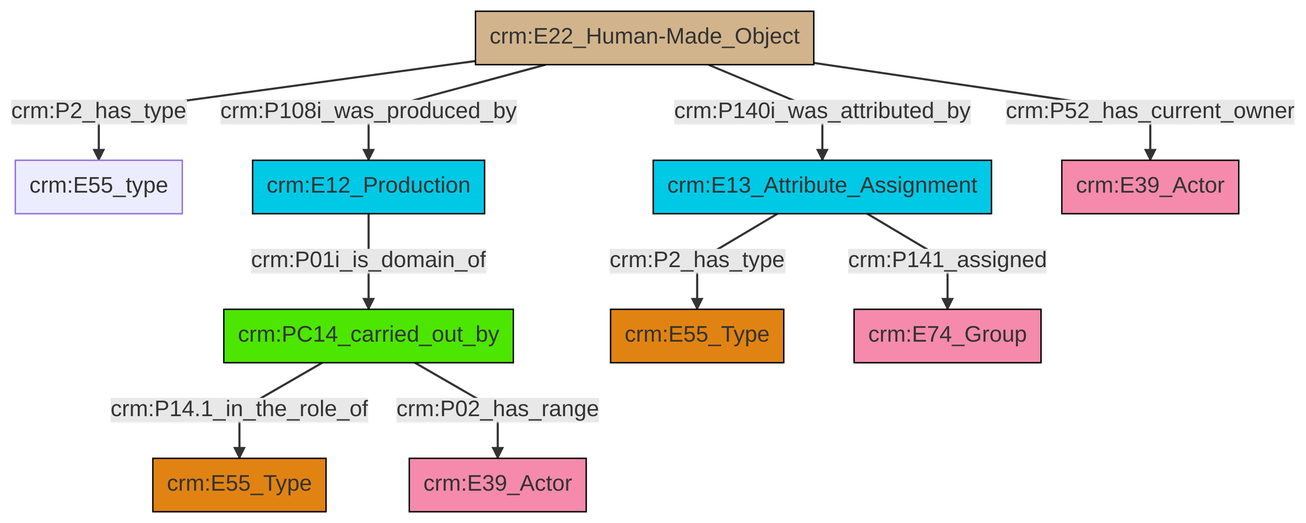
Before: et/builtWorkCSV/ttl/mmd/png/Built_Work_actor_relations.png, a diagram exported from Mermaid (swiss-art-research-net/docs.swissartresearch). Its source is kept beside it as et/builtWorkCSV/ttl/mmd/Built_Work_actor_relations.ttl.mmd. Its diagram source:
```mermaid
graph TD
classDef Literal fill:#f2f2f2,stroke:#000000;
classDef CRM_Entity fill:#FFFFFF,stroke:#000000;
classDef Temporal_Entity fill:#00C9E6, stroke:#000000;
classDef Type fill:#E18312, stroke:#000000;
classDef Time-Span fill:#2C9C91, stroke:#000000;
classDef Appellation fill:#FFEB7F, stroke:#000000;
classDef Place fill:#008836, stroke:#000000;
classDef Persistent_Item fill:#B266B2, stroke:#000000;
classDef Conceptual_Object fill:#FFD700, stroke:#000000;
classDef Physical_Thing fill:#D2B48C, stroke:#000000;
classDef Actor fill:#f58aad, stroke:#000000;
classDef PC_Classes fill:#4ce600, stroke:#000000;
classDef Multi fill:#cccccc,stroke:#000000;

6["crm:E22_Human-Made_Object"]:::Physical_Thing -->|crm:P2_has_type| 7["crm:E55_type"]:::Default
6["crm:E22_Human-Made_Object"]:::Physical_Thing -->|crm:P108i_was_produced_by| 8["crm:E12_Production"]:::Temporal_Entity
6["crm:E22_Human-Made_Object"]:::Physical_Thing -->|crm:P140i_was_attributed_by| 2["crm:E13_Attribute_Assignment"]:::Temporal_Entity
6["crm:E22_Human-Made_Object"]:::Physical_Thing -->|crm:P52_has_current_owner| 9["crm:E39_Actor"]:::Actor
4["crm:PC14_carried_out_by"]:::PC_Classes -->|crm:P14.1_in_the_role_of| 14["crm:E55_Type"]:::Type
2["crm:E13_Attribute_Assignment"]:::Temporal_Entity -->|crm:P2_has_type| 0["crm:E55_Type"]:::Type
4["crm:PC14_carried_out_by"]:::PC_Classes -->|crm:P02_has_range| 16["crm:E39_Actor"]:::Actor
8["crm:E12_Production"]:::Temporal_Entity -->|crm:P01i_is_domain_of| 4["crm:PC14_carried_out_by"]:::PC_Classes
2["crm:E13_Attribute_Assignment"]:::Temporal_Entity -->|crm:P141_assigned| 11["crm:E74_Group"]:::Actor
```
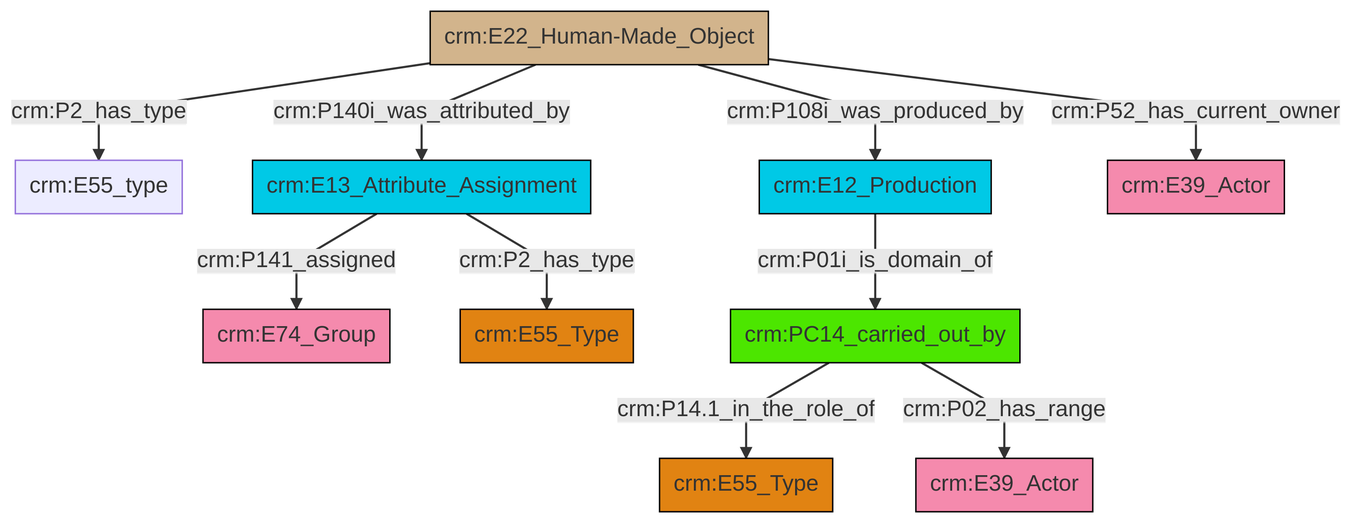
Above is the later version.

What changed in the source:
```diff
@@ -13,12 +13,12 @@
 classDef PC_Classes fill:#4ce600, stroke:#000000;
 classDef Multi fill:#cccccc,stroke:#000000;
 
-6["crm:E22_Human-Made_Object"]:::Physical_Thing -->|crm:P2_has_type| 7["crm:E55_type"]:::Default
-6["crm:E22_Human-Made_Object"]:::Physical_Thing -->|crm:P108i_was_produced_by| 8["crm:E12_Production"]:::Temporal_Entity
-6["crm:E22_Human-Made_Object"]:::Physical_Thing -->|crm:P140i_was_attributed_by| 2["crm:E13_Attribute_Assignment"]:::Temporal_Entity
-6["crm:E22_Human-Made_Object"]:::Physical_Thing -->|crm:P52_has_current_owner| 9["crm:E39_Actor"]:::Actor
-4["crm:PC14_carried_out_by"]:::PC_Classes -->|crm:P14.1_in_the_role_of| 14["crm:E55_Type"]:::Type
-2["crm:E13_Attribute_Assignment"]:::Temporal_Entity -->|crm:P2_has_type| 0["crm:E55_Type"]:::Type
-4["crm:PC14_carried_out_by"]:::PC_Classes -->|crm:P02_has_range| 16["crm:E39_Actor"]:::Actor
-8["crm:E12_Production"]:::Temporal_Entity -->|crm:P01i_is_domain_of| 4["crm:PC14_carried_out_by"]:::PC_Classes
-2["crm:E13_Attribute_Assignment"]:::Temporal_Entity -->|crm:P141_assigned| 11["crm:E74_Group"]:::Actor
+0["crm:E22_Human-Made_Object"]:::Physical_Thing -->|crm:P2_has_type| 1["crm:E55_type"]:::Default
+5["crm:PC14_carried_out_by"]:::PC_Classes -->|crm:P14.1_in_the_role_of| 6["crm:E55_Type"]:::Type
+5["crm:PC14_carried_out_by"]:::PC_Classes -->|crm:P02_has_range| 7["crm:E39_Actor"]:::Actor
+8["crm:E13_Attribute_Assignment"]:::Temporal_Entity -->|crm:P141_assigned| 9["crm:E74_Group"]:::Actor
+0["crm:E22_Human-Made_Object"]:::Physical_Thing -->|crm:P140i_was_attributed_by| 8["crm:E13_Attribute_Assignment"]:::Temporal_Entity
+0["crm:E22_Human-Made_Object"]:::Physical_Thing -->|crm:P108i_was_produced_by| 10["crm:E12_Production"]:::Temporal_Entity
+8["crm:E13_Attribute_Assignment"]:::Temporal_Entity -->|crm:P2_has_type| 3["crm:E55_Type"]:::Type
+0["crm:E22_Human-Made_Object"]:::Physical_Thing -->|crm:P52_has_current_owner| 13["crm:E39_Actor"]:::Actor
+10["crm:E12_Production"]:::Temporal_Entity -->|crm:P01i_is_domain_of| 5["crm:PC14_carried_out_by"]:::PC_Classes
```
